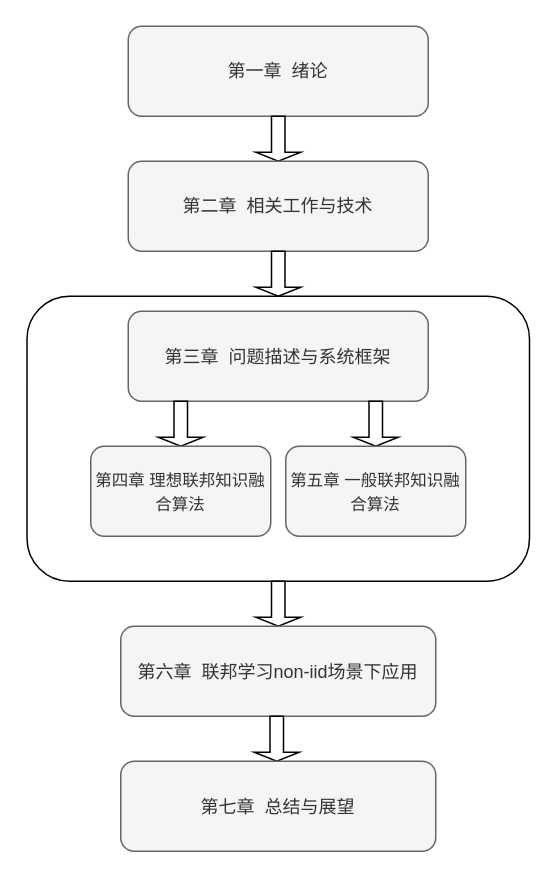
Earlier version of the draw.io diagram 未命名绘图.drawio (guritian/fl-noniid). Source tidied: cells renumbered, new cells numbered last; positions are measured from the earlier drawing's top-left corner, leaving out a move shared by most shapes. Both pictures are drawn from the tidied source at 150%, with x=0, y=0 at pixel (26, 26).
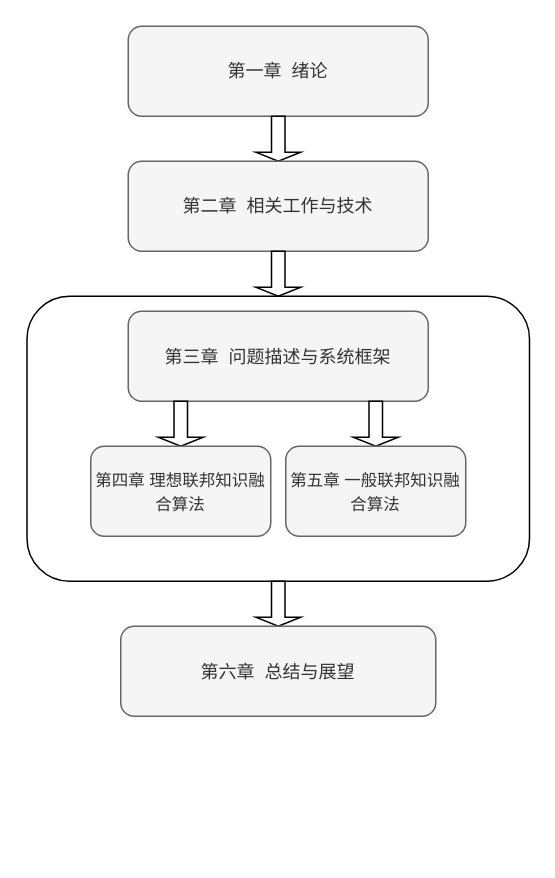
The same page after the edit.

Commit message:
更新未命名绘图.drawio

Diff of the diagram source:
```diff
@@
 <mxGraphModel>
   <root>
     <mxCell id="0" />
     <mxCell id="1" parent="0" />
     <mxCell id="2" value="第一章&amp;nbsp; 绪论" style="rounded=1;whiteSpace=wrap;html=1;fillColor=#f5f5f5;fontColor=#333333;strokeColor=#666666;" parent="1" vertex="1">
       <mxGeometry x="68" width="200" height="60" as="geometry" />
     </mxCell>
     <mxCell id="3" style="shape=singleArrow;direction=south;whiteSpace=wrap;html=1;" parent="1" vertex="1">
       <mxGeometry x="153" y="60" width="30" height="30" as="geometry" />
     </mxCell>
     <mxCell id="4" value="第二章&amp;nbsp; 相关工作与技术" style="rounded=1;whiteSpace=wrap;html=1;fillColor=#f5f5f5;fontColor=#333333;strokeColor=#666666;" parent="1" vertex="1">
       <mxGeometry x="68" y="90" width="200" height="60" as="geometry" />
     </mxCell>
     <mxCell id="5" style="shape=singleArrow;direction=south;whiteSpace=wrap;html=1;" parent="1" vertex="1">
       <mxGeometry x="153" y="150" width="30" height="30" as="geometry" />
     </mxCell>
     <mxCell id="6" style="rounded=1;whiteSpace=wrap;html=1;verticalAlign=top;horizontal=1;fontSize=13;" parent="1" vertex="1">
       <mxGeometry x="0.5" y="180" width="335" height="190" as="geometry" />
     </mxCell>
     <mxCell id="7" value="&lt;font style=&quot;font-size: 12px;&quot;&gt;第三章&amp;nbsp; 问题描述与系统框架&lt;/font&gt;" style="rounded=1;whiteSpace=wrap;html=1;fontSize=13;fillColor=#f5f5f5;fontColor=#333333;strokeColor=#666666;" parent="1" vertex="1">
       <mxGeometry x="68" y="190" width="200" height="60" as="geometry" />
     </mxCell>
     <mxCell id="8" style="shape=singleArrow;direction=south;whiteSpace=wrap;html=1;" parent="1" vertex="1">
       <mxGeometry x="88" y="250" width="30" height="30" as="geometry" />
     </mxCell>
     <mxCell id="9" style="shape=singleArrow;direction=south;whiteSpace=wrap;html=1;" parent="1" vertex="1">
       <mxGeometry x="218" y="250" width="30" height="30" as="geometry" />
     </mxCell>
     <mxCell id="10" value="&lt;font style=&quot;font-size: 11px;&quot;&gt;第四章 理想联邦知识融合算法&lt;/font&gt;" style="rounded=1;whiteSpace=wrap;html=1;fontSize=13;fillColor=#f5f5f5;fontColor=#333333;strokeColor=#666666;" parent="1" vertex="1">
       <mxGeometry x="43" y="280" width="120" height="60" as="geometry" />
     </mxCell>
     <mxCell id="11" value="&lt;font style=&quot;font-size: 11px;&quot;&gt;第五章 一般联邦知识融合算法&lt;/font&gt;" style="rounded=1;whiteSpace=wrap;html=1;fontSize=13;fillColor=#f5f5f5;fontColor=#333333;strokeColor=#666666;" parent="1" vertex="1">
       <mxGeometry x="173" y="280" width="120" height="60" as="geometry" />
     </mxCell>
     <mxCell id="12" style="shape=singleArrow;direction=south;whiteSpace=wrap;html=1;" parent="1" vertex="1">
       <mxGeometry x="153" y="370" width="30" height="30" as="geometry" />
     </mxCell>
-    <mxCell id="13" value="&lt;font style=&quot;font-size: 12px;&quot;&gt;第六章&amp;nbsp; 联邦学习non-iid场景下应用&lt;/font&gt;" style="rounded=1;whiteSpace=wrap;html=1;fontSize=13;fillColor=#f5f5f5;fontColor=#333333;strokeColor=#666666;" parent="1" vertex="1">
-      <mxGeometry x="63" y="400" width="210" height="60" as="geometry" />
-    </mxCell>
-    <mxCell id="14" style="shape=singleArrow;direction=south;whiteSpace=wrap;html=1;" parent="1" vertex="1">
-      <mxGeometry x="152" y="460" width="30" height="30" as="geometry" />
-    </mxCell>
-    <mxCell id="15" value="&lt;font style=&quot;font-size: 12px;&quot;&gt;第七章&amp;nbsp; 总结与展望&lt;/font&gt;" style="rounded=1;whiteSpace=wrap;html=1;fontSize=13;fillColor=#f5f5f5;fontColor=#333333;strokeColor=#666666;" parent="1" vertex="1">
-      <mxGeometry x="63" y="490" width="210" height="60" as="geometry" />
+    <mxCell id="15" value="&lt;font style=&quot;font-size: 12px;&quot;&gt;第六章&amp;nbsp; 总结与展望&lt;/font&gt;" style="rounded=1;whiteSpace=wrap;html=1;fontSize=13;fillColor=#f5f5f5;fontColor=#333333;strokeColor=#666666;" parent="1" vertex="1">
+      <mxGeometry x="63" y="400" width="210" height="60" as="geometry" />
     </mxCell>
   </root>
 </mxGraphModel>
```
